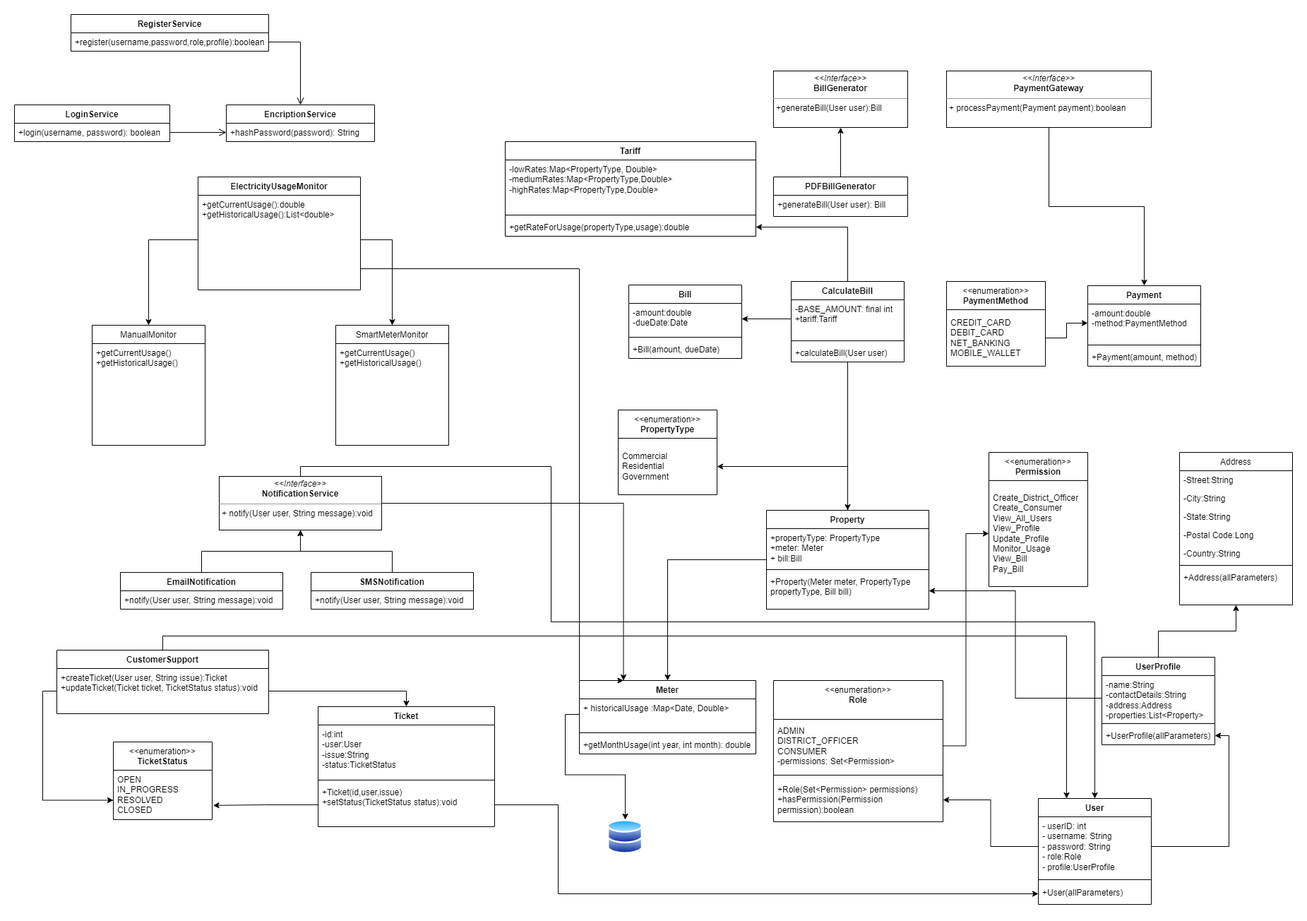
Aniruth-raman/EBPaymentSystem keeps this draw.io diagram as UML Diagram.png. Above is the earlier version. Source tidied: cells renumbered, new cells last; positions are measured from the earlier drawing's top-left corner, leaving out a move shared by most shapes.
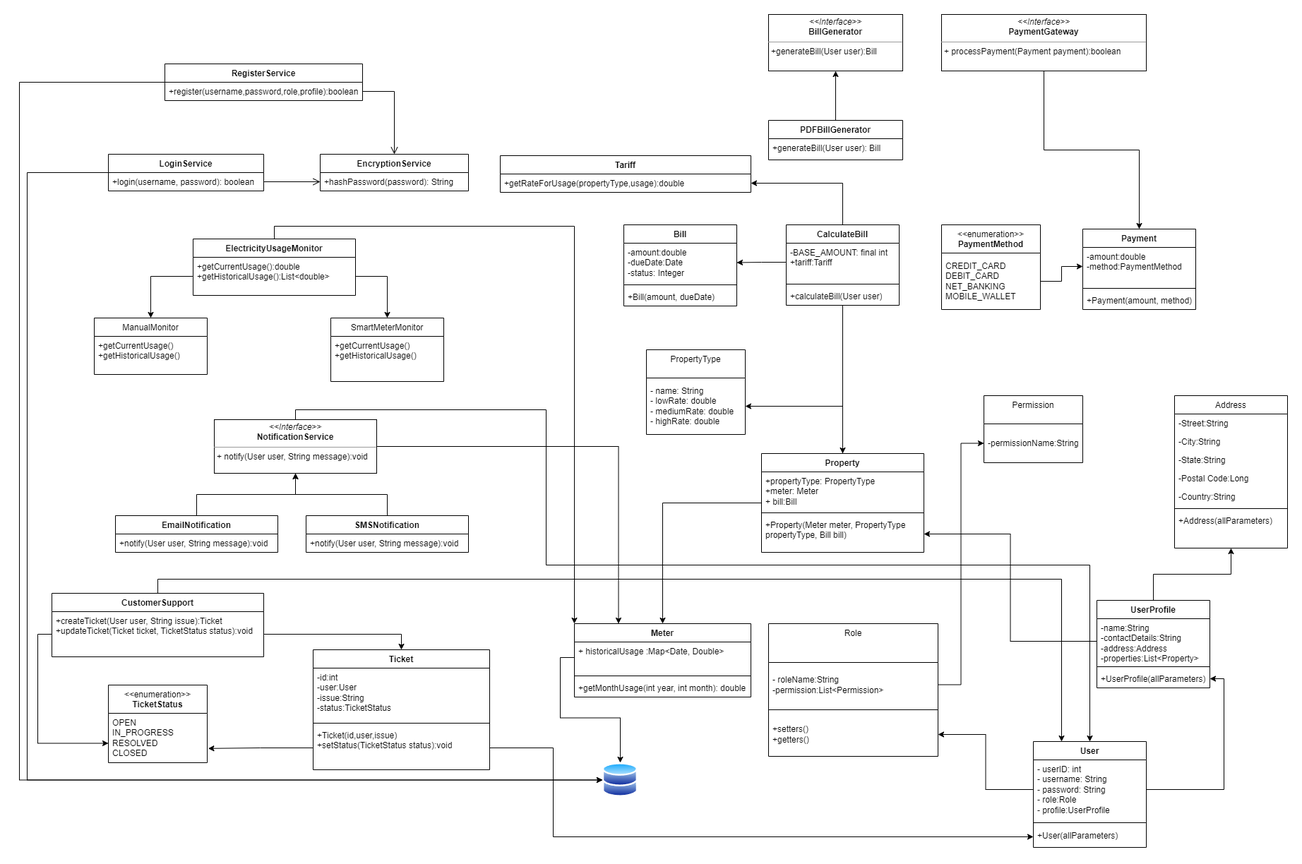
After the commit.

What changed in the source:
```diff
@@ -2,11 +2,11 @@
   <root>
     <mxCell id="0" />
     <mxCell id="1" parent="0" />
-    <mxCell id="2" value="&amp;lt;&amp;lt;enumeration&amp;gt;&amp;gt;&lt;br&gt;&lt;b&gt;Permission&lt;/b&gt;" style="swimlane;fontStyle=0;align=center;verticalAlign=top;horizontal=1;startSize=40;html=1;whiteSpace=wrap;" parent="1" vertex="1">
-      <mxGeometry x="1380" y="620" width="140" height="190" as="geometry" />
+    <mxCell id="2" value="Permission" style="swimlane;fontStyle=0;align=center;verticalAlign=top;horizontal=1;startSize=40;html=1;whiteSpace=wrap;" parent="1" vertex="1">
+      <mxGeometry x="1380" y="620" width="140" height="95" as="geometry" />
     </mxCell>
-    <mxCell id="3" value="Create_District_Officer&lt;br&gt;Create_Consumer&lt;br&gt;View_All_Users&lt;br&gt;View_Profile&lt;br&gt;Update_Profile&lt;br&gt;Monitor_Usage&lt;br&gt;View_Bill&lt;br&gt;Pay_Bill" style="text;html=1;strokeColor=none;fillColor=none;align=left;verticalAlign=middle;spacingLeft=4;spacingRight=4;overflow=hidden;points=[[0,0.5],[1,0.5]];portConstraint=eastwest;whiteSpace=wrap;" parent="2" vertex="1">
-      <mxGeometry y="40" width="140" height="150" as="geometry" />
+    <mxCell id="3" value="-permissionName:String" style="text;html=1;strokeColor=none;fillColor=none;align=left;verticalAlign=middle;spacingLeft=4;spacingRight=4;overflow=hidden;points=[[0,0.5],[1,0.5]];portConstraint=eastwest;whiteSpace=wrap;" parent="2" vertex="1">
+      <mxGeometry y="40" width="140" height="55" as="geometry" />
     </mxCell>
     <mxCell id="4" value="Address" style="swimlane;fontStyle=0;align=center;verticalAlign=top;horizontal=1;startSize=26;rounded=0;shadow=0;strokeWidth=1;" parent="1" vertex="1">
       <mxGeometry x="1650" y="620" width="160" height="216" as="geometry" />
@@ -32,10 +32,10 @@
     <mxCell id="11" value="+Address(allParameters)" style="text;align=left;verticalAlign=top;spacingLeft=4;spacingRight=4;overflow=hidden;rounded=0;shadow=0;html=0;" parent="4" vertex="1">
       <mxGeometry y="164" width="160" height="46" as="geometry" />
     </mxCell>
-    <mxCell id="12" value="&amp;lt;&amp;lt;enumeration&amp;gt;&amp;gt;&lt;br&gt;&lt;b&gt;PropertyType&lt;/b&gt;" style="swimlane;fontStyle=0;align=center;verticalAlign=top;horizontal=1;startSize=40;html=1;whiteSpace=wrap;" parent="1" vertex="1">
-      <mxGeometry x="855" y="560" width="140" height="120" as="geometry" />
+    <mxCell id="12" value="PropertyType" style="swimlane;fontStyle=0;align=center;verticalAlign=top;horizontal=1;startSize=40;html=1;whiteSpace=wrap;" parent="1" vertex="1">
+      <mxGeometry x="902" y="555" width="140" height="120" as="geometry" />
     </mxCell>
-    <mxCell id="13" value="Commercial&lt;br&gt;Residential&lt;br&gt;Government" style="text;html=1;strokeColor=none;fillColor=none;align=left;verticalAlign=middle;spacingLeft=4;spacingRight=4;overflow=hidden;points=[[0,0.5],[1,0.5]];portConstraint=eastwest;whiteSpace=wrap;" parent="12" vertex="1">
+    <mxCell id="13" value="- name: String&lt;br&gt;- lowRate: double&lt;br&gt;- mediumRate: double&lt;br&gt;- highRate: double" style="text;html=1;strokeColor=none;fillColor=none;align=left;verticalAlign=middle;spacingLeft=4;spacingRight=4;overflow=hidden;points=[[0,0.5],[1,0.5]];portConstraint=eastwest;whiteSpace=wrap;" parent="12" vertex="1">
       <mxGeometry y="40" width="140" height="80" as="geometry" />
     </mxCell>
     <mxCell id="14" style="edgeStyle=orthogonalEdgeStyle;rounded=0;jettySize=auto;html=1;entryX=0.5;entryY=0;entryDx=0;entryDy=0;" parent="1" edge="1" source="16" target="20">
@@ -68,17 +68,17 @@
     <mxCell id="23" value="+getMonthUsage(int year, int month): double" style="text;strokeColor=none;fillColor=none;align=left;verticalAlign=top;spacingLeft=4;spacingRight=4;overflow=hidden;whiteSpace=wrap;html=1;" parent="20" vertex="1">
       <mxGeometry y="78" width="250" height="26" as="geometry" />
     </mxCell>
-    <mxCell id="24" value="&amp;lt;&amp;lt;enumeration&amp;gt;&amp;gt;&lt;br&gt;&lt;b&gt;Role&lt;/b&gt;" style="swimlane;fontStyle=0;align=center;verticalAlign=top;horizontal=1;startSize=55;html=1;whiteSpace=wrap;" parent="1" vertex="1">
-      <mxGeometry x="1075" y="943" width="240" height="200" as="geometry" />
+    <mxCell id="24" value="Role" style="swimlane;fontStyle=0;align=center;verticalAlign=top;horizontal=1;startSize=55;html=1;whiteSpace=wrap;" parent="1" vertex="1">
+      <mxGeometry x="1075" y="943" width="240" height="188" as="geometry" />
     </mxCell>
-    <mxCell id="25" value="ADMIN&lt;br&gt;DISTRICT_OFFICER&lt;br&gt;CONSUMER&lt;br&gt;-permissions: Set&amp;lt;Permission&amp;gt;" style="text;html=1;strokeColor=none;fillColor=none;align=left;verticalAlign=middle;spacingLeft=4;spacingRight=4;overflow=hidden;points=[[0,0.5],[1,0.5]];portConstraint=eastwest;whiteSpace=wrap;" parent="24" vertex="1">
-      <mxGeometry y="55" width="240" height="75" as="geometry" />
+    <mxCell id="25" value="- roleName:String&lt;br&gt;-permission:List&amp;lt;Permission&amp;gt;" style="text;html=1;strokeColor=none;fillColor=none;align=left;verticalAlign=middle;spacingLeft=4;spacingRight=4;overflow=hidden;points=[[0,0.5],[1,0.5]];portConstraint=eastwest;whiteSpace=wrap;" parent="24" vertex="1">
+      <mxGeometry y="55" width="240" height="63" as="geometry" />
     </mxCell>
     <mxCell id="26" style="line;strokeWidth=1;fillColor=none;align=left;verticalAlign=middle;spacingTop=-1;spacingLeft=3;spacingRight=3;labelPosition=right;" parent="24" vertex="1">
-      <mxGeometry y="130" width="240" height="8" as="geometry" />
+      <mxGeometry y="118" width="240" height="8" as="geometry" />
     </mxCell>
-    <mxCell id="27" value="+Role(Set&amp;lt;Permission&amp;gt; permissions)&lt;br&gt;+hasPermission(Permission permission):boolean" style="text;html=1;strokeColor=none;fillColor=none;align=left;verticalAlign=middle;spacingLeft=4;spacingRight=4;overflow=hidden;points=[[0,0.5],[1,0.5]];portConstraint=eastwest;whiteSpace=wrap;" parent="24" vertex="1">
-      <mxGeometry y="138" width="240" height="62" as="geometry" />
+    <mxCell id="27" value="+setters()&lt;br&gt;+getters()" style="text;html=1;strokeColor=none;fillColor=none;align=left;verticalAlign=middle;spacingLeft=4;spacingRight=4;overflow=hidden;points=[[0,0.5],[1,0.5]];portConstraint=eastwest;whiteSpace=wrap;" parent="24" vertex="1">
+      <mxGeometry y="126" width="240" height="62" as="geometry" />
     </mxCell>
     <mxCell id="28" value="User" style="swimlane;fontStyle=1;align=center;verticalAlign=top;horizontal=1;startSize=26;whiteSpace=wrap;html=1;" parent="1" vertex="1">
       <mxGeometry x="1450" y="1110" width="160" height="150" as="geometry" />
@@ -108,16 +108,16 @@
       <mxGeometry y="98" width="160" height="26" as="geometry" />
     </mxCell>
     <mxCell id="37" value="Bill" style="swimlane;fontStyle=1;align=center;verticalAlign=top;horizontal=1;startSize=26;whiteSpace=wrap;html=1;" parent="1" vertex="1">
-      <mxGeometry x="870" y="383" width="160" height="104" as="geometry" />
+      <mxGeometry x="870" y="378" width="160" height="115" as="geometry" />
     </mxCell>
-    <mxCell id="38" value="-amount:double&lt;br&gt;-dueDate:Date" style="text;strokeColor=none;fillColor=none;align=left;verticalAlign=top;spacingLeft=4;spacingRight=4;overflow=hidden;points=[[0,0.5],[1,0.5]];portConstraint=eastwest;whiteSpace=wrap;html=1;" parent="37" vertex="1">
-      <mxGeometry y="26" width="160" height="44" as="geometry" />
+    <mxCell id="38" value="-amount:double&lt;br&gt;-dueDate:Date&lt;br&gt;-status: Integer" style="text;strokeColor=none;fillColor=none;align=left;verticalAlign=top;spacingLeft=4;spacingRight=4;overflow=hidden;points=[[0,0.5],[1,0.5]];portConstraint=eastwest;whiteSpace=wrap;html=1;" parent="37" vertex="1">
+      <mxGeometry y="26" width="160" height="55" as="geometry" />
     </mxCell>
     <mxCell id="39" style="line;strokeWidth=1;fillColor=none;align=left;verticalAlign=middle;spacingTop=-1;spacingLeft=3;spacingRight=3;labelPosition=right;strokeColor=inherit;" parent="37" vertex="1">
-      <mxGeometry y="70" width="160" height="8" as="geometry" />
+      <mxGeometry y="81" width="160" height="8" as="geometry" />
     </mxCell>
     <mxCell id="40" value="+Bill(amount, dueDate)" style="text;strokeColor=none;fillColor=none;align=left;verticalAlign=top;spacingLeft=4;spacingRight=4;overflow=hidden;whiteSpace=wrap;html=1;" parent="37" vertex="1">
-      <mxGeometry y="78" width="160" height="26" as="geometry" />
+      <mxGeometry y="89" width="160" height="26" as="geometry" />
     </mxCell>
     <mxCell id="41" style="edgeStyle=orthogonalEdgeStyle;rounded=0;jettySize=auto;html=1;exitX=0.5;exitY=0;exitDx=0;exitDy=0;entryX=1;entryY=0.5;entryDx=0;entryDy=0;" parent="1" edge="1" source="43" target="62">
       <mxGeometry relative="1" as="geometry" />
@@ -174,31 +174,41 @@
       <mxGeometry y="26" width="190" height="30" as="geometry" />
     </mxCell>
     <mxCell id="59" value="Tariff" style="swimlane;fontStyle=1;align=center;verticalAlign=top;horizontal=1;startSize=26;whiteSpace=wrap;html=1;" parent="1" vertex="1">
-      <mxGeometry x="695" y="180" width="355" height="134" as="geometry" />
+      <mxGeometry x="695" y="280" width="355" height="52" as="geometry" />
     </mxCell>
-    <mxCell id="60" value="-lowRates:Map&amp;lt;PropertyType, Double&amp;gt;&lt;br&gt;-mediumRates:Map&amp;lt;PropertyType,Double&amp;gt;&lt;br&gt;-highRates:Map&amp;lt;PropertyType,Double&amp;gt;" style="text;strokeColor=none;fillColor=none;align=left;verticalAlign=top;spacingLeft=4;spacingRight=4;overflow=hidden;whiteSpace=wrap;html=1;" parent="59" vertex="1">
-      <mxGeometry y="26" width="355" height="74" as="geometry" />
-    </mxCell>
-    <mxCell id="61" style="line;strokeWidth=1;fillColor=none;align=left;verticalAlign=middle;spacingTop=-1;spacingLeft=3;spacingRight=3;labelPosition=right;strokeColor=inherit;" parent="59" vertex="1">
-      <mxGeometry y="100" width="355" height="8" as="geometry" />
-    </mxCell>
     <mxCell id="62" value="+getRateForUsage(propertyType,usage):double" style="text;strokeColor=none;fillColor=none;align=left;verticalAlign=top;spacingLeft=4;spacingRight=4;overflow=hidden;points=[[0,0.5],[1,0.5]];portConstraint=eastwest;whiteSpace=wrap;html=1;" parent="59" vertex="1">
-      <mxGeometry y="108" width="355" height="26" as="geometry" />
+      <mxGeometry y="26" width="355" height="26" as="geometry" />
     </mxCell>
+    <mxCell id="110" style="edgeStyle=orthogonalEdgeStyle;rounded=0;jettySize=auto;html=1;entryX=0;entryY=0.5;entryDx=0;entryDy=0;" parent="1" edge="1" source="63" target="95">
+      <mxGeometry relative="1" as="geometry">
+        <Array as="points">
+          <mxPoint x="25" y="304" />
+          <mxPoint x="25" y="1164" />
+        </Array>
+      </mxGeometry>
+    </mxCell>
     <mxCell id="63" value="LoginService" style="swimlane;fontStyle=1;align=center;verticalAlign=top;horizontal=1;startSize=26;whiteSpace=wrap;html=1;" parent="1" vertex="1">
-      <mxGeometry y="128" width="220" height="52" as="geometry" />
+      <mxGeometry x="140" y="278" width="220" height="52" as="geometry" />
     </mxCell>
     <mxCell id="64" value="+login(username, password): boolean" style="text;strokeColor=none;fillColor=none;align=left;verticalAlign=top;spacingLeft=4;spacingRight=4;overflow=hidden;points=[[0,0.5],[1,0.5]];portConstraint=eastwest;whiteSpace=wrap;html=1;" parent="63" vertex="1">
       <mxGeometry y="26" width="220" height="26" as="geometry" />
     </mxCell>
-    <mxCell id="65" value="EncriptionService" style="swimlane;fontStyle=1;align=center;verticalAlign=top;horizontal=1;startSize=26;whiteSpace=wrap;html=1;" parent="1" vertex="1">
-      <mxGeometry x="300" y="128" width="210" height="52" as="geometry" />
+    <mxCell id="65" value="EncryptionService" style="swimlane;fontStyle=1;align=center;verticalAlign=top;horizontal=1;startSize=26;whiteSpace=wrap;html=1;" parent="1" vertex="1">
+      <mxGeometry x="440" y="278" width="210" height="52" as="geometry" />
     </mxCell>
     <mxCell id="66" value="+hashPassword(password): String" style="text;strokeColor=none;fillColor=none;align=left;verticalAlign=top;spacingLeft=4;spacingRight=4;overflow=hidden;points=[[0,0.5],[1,0.5]];portConstraint=eastwest;whiteSpace=wrap;html=1;" parent="65" vertex="1">
       <mxGeometry y="26" width="210" height="26" as="geometry" />
     </mxCell>
+    <mxCell id="111" style="edgeStyle=orthogonalEdgeStyle;rounded=0;jettySize=auto;html=1;entryX=0;entryY=0.5;entryDx=0;entryDy=0;" parent="1" edge="1" source="67" target="95">
+      <mxGeometry relative="1" as="geometry">
+        <Array as="points">
+          <mxPoint x="14" y="176" />
+          <mxPoint x="14" y="1164" />
+        </Array>
+      </mxGeometry>
+    </mxCell>
     <mxCell id="67" value="RegisterService" style="swimlane;fontStyle=1;align=center;verticalAlign=top;horizontal=1;startSize=26;whiteSpace=wrap;html=1;" parent="1" vertex="1">
-      <mxGeometry x="80" width="280" height="52" as="geometry" />
+      <mxGeometry x="220" y="150" width="280" height="52" as="geometry" />
     </mxCell>
     <mxCell id="68" value="+register(username,password,role,profile):boolean" style="text;strokeColor=none;fillColor=none;align=left;verticalAlign=top;spacingLeft=4;spacingRight=4;overflow=hidden;points=[[0,0.5],[1,0.5]];portConstraint=eastwest;whiteSpace=wrap;html=1;" parent="67" vertex="1">
       <mxGeometry y="26" width="280" height="26" as="geometry" />
@@ -274,7 +284,7 @@
     <mxCell id="88" style="endArrow=open;startArrow=none;endFill=0;startFill=0;endSize=8;html=1;verticalAlign=bottom;labelBackgroundColor=none;strokeWidth=1;rounded=0;entryX=0.5;entryY=0;entryDx=0;entryDy=0;exitX=1;exitY=0.5;exitDx=0;exitDy=0;" parent="1" edge="1" source="68" target="65">
       <mxGeometry relative="1" as="geometry">
         <Array as="points">
-          <mxPoint x="405" y="39" />
+          <mxPoint x="545" y="189" />
         </Array>
       </mxGeometry>
     </mxCell>
@@ -303,22 +313,30 @@
       <mxGeometry relative="1" as="geometry" />
     </mxCell>
     <mxCell id="97" value="ManualMonitor" style="swimlane;fontStyle=0;align=center;verticalAlign=top;horizontal=1;startSize=26;rounded=0;shadow=0;strokeWidth=1;" parent="1" vertex="1">
-      <mxGeometry x="110" y="440" width="160" height="170" as="geometry" />
+      <mxGeometry x="120" y="510" width="160" height="80" as="geometry" />
     </mxCell>
     <mxCell id="98" value="+getCurrentUsage()&#10;+getHistoricalUsage() " style="text;align=left;verticalAlign=top;spacingLeft=4;spacingRight=4;overflow=hidden;" parent="97" vertex="1">
-      <mxGeometry y="26" width="160" height="126" as="geometry" />
+      <mxGeometry y="26" width="160" height="44" as="geometry" />
     </mxCell>
     <mxCell id="99" value="SmartMeterMonitor" style="swimlane;fontStyle=0;align=center;verticalAlign=top;horizontal=1;startSize=26;rounded=0;shadow=0;strokeWidth=1;" parent="1" vertex="1">
-      <mxGeometry x="455" y="440" width="160" height="170" as="geometry" />
+      <mxGeometry x="455" y="510" width="160" height="90" as="geometry" />
     </mxCell>
     <mxCell id="100" value="+getCurrentUsage()&#10;+getHistoricalUsage() " style="text;align=left;verticalAlign=top;spacingLeft=4;spacingRight=4;overflow=hidden;" parent="99" vertex="1">
-      <mxGeometry y="26" width="160" height="126" as="geometry" />
+      <mxGeometry y="26" width="160" height="64" as="geometry" />
     </mxCell>
+    <mxCell id="112" style="edgeStyle=orthogonalEdgeStyle;rounded=0;jettySize=auto;html=1;entryX=0;entryY=0;entryDx=0;entryDy=0;" parent="1" edge="1" source="101" target="20">
+      <mxGeometry relative="1" as="geometry">
+        <Array as="points">
+          <mxPoint x="375" y="380" />
+          <mxPoint x="800" y="380" />
+        </Array>
+      </mxGeometry>
+    </mxCell>
     <mxCell id="101" value="ElectricityUsageMonitor" style="swimlane;fontStyle=1;align=center;verticalAlign=top;horizontal=1;startSize=26;rounded=0;shadow=0;strokeWidth=1;" parent="1" vertex="1">
-      <mxGeometry x="260" y="230" width="230" height="160" as="geometry" />
+      <mxGeometry x="260" y="398" width="230" height="80" as="geometry" />
     </mxCell>
     <mxCell id="102" value="+getCurrentUsage():double&#10;+getHistoricalUsage():List&lt;double&gt;" style="text;align=left;verticalAlign=top;spacingLeft=4;spacingRight=4;overflow=hidden;points=[[0,0.5],[1,0.5]];portConstraint=eastwest;" parent="101" vertex="1">
-      <mxGeometry y="26" width="230" height="126" as="geometry" />
+      <mxGeometry y="26" width="230" height="54" as="geometry" />
     </mxCell>
     <mxCell id="103" style="edgeStyle=orthogonalEdgeStyle;rounded=0;jettySize=auto;html=1;exitX=0;exitY=0.5;exitDx=0;exitDy=0;entryX=0.5;entryY=0;entryDx=0;entryDy=0;" parent="1" edge="1" source="102" target="97">
       <mxGeometry relative="1" as="geometry" />
@@ -326,14 +344,6 @@
     <mxCell id="104" style="edgeStyle=orthogonalEdgeStyle;rounded=0;jettySize=auto;html=1;entryX=0.5;entryY=0;entryDx=0;entryDy=0;" parent="1" edge="1" source="102" target="99">
       <mxGeometry relative="1" as="geometry" />
     </mxCell>
-    <mxCell id="105" style="edgeStyle=orthogonalEdgeStyle;rounded=0;jettySize=auto;html=1;entryX=0.25;entryY=0;entryDx=0;entryDy=0;" parent="1" edge="1" source="102" target="20">
-      <mxGeometry relative="1" as="geometry">
-        <Array as="points">
-          <mxPoint x="800" y="360" />
-          <mxPoint x="800" y="943" />
-        </Array>
-      </mxGeometry>
-    </mxCell>
     <mxCell id="106" style="edgeStyle=orthogonalEdgeStyle;rounded=0;jettySize=auto;html=1;exitX=1;exitY=0.5;exitDx=0;exitDy=0;entryX=0;entryY=0.5;entryDx=0;entryDy=0;" parent="1" edge="1" source="84" target="31">
       <mxGeometry relative="1" as="geometry">
         <Array as="points">
```
